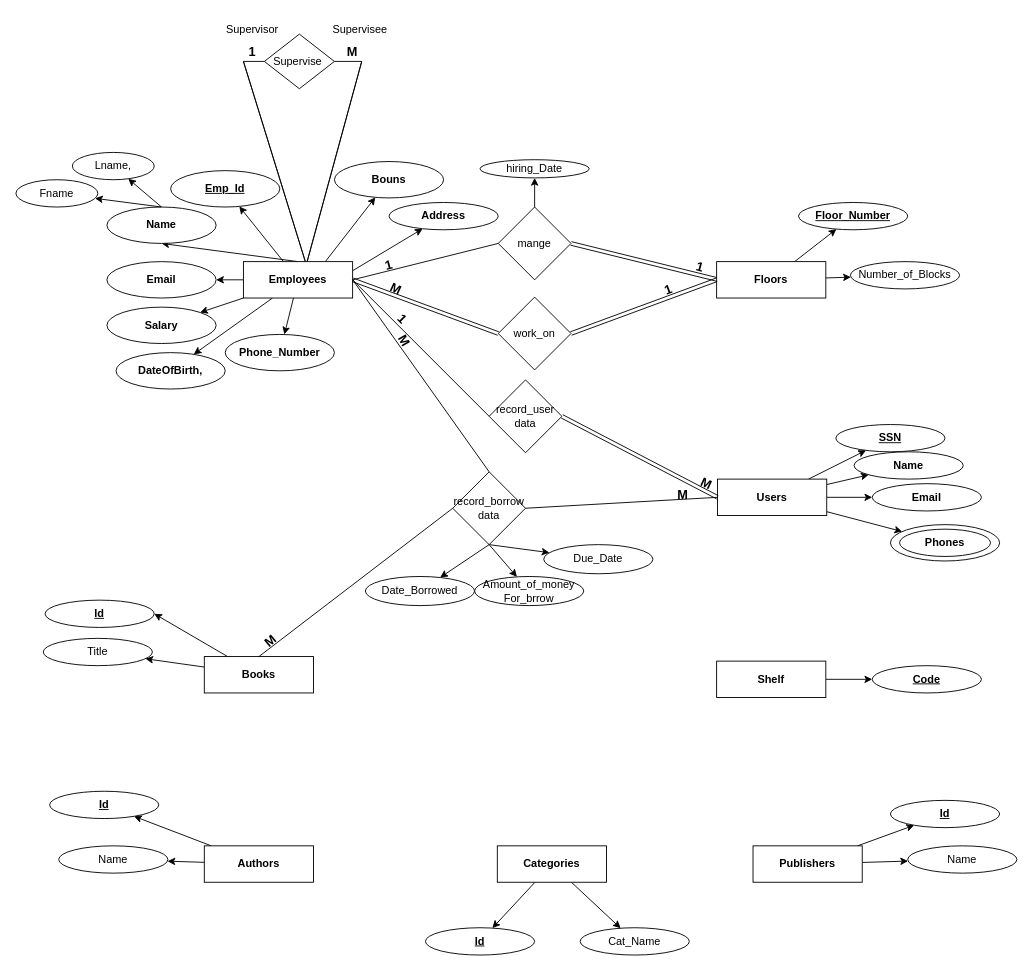
Al-Bashir/drow.io keeps this draw.io diagram as Route Exam 01.drawio. Above is the earlier version. Source tidied: cells renumbered, new cells numbered last; positions are measured from the earlier drawing's top-left corner, leaving out a move shared by most shapes. Both pictures are drawn from the tidied source at 91%, with x=0, y=0 at pixel (15, 15).
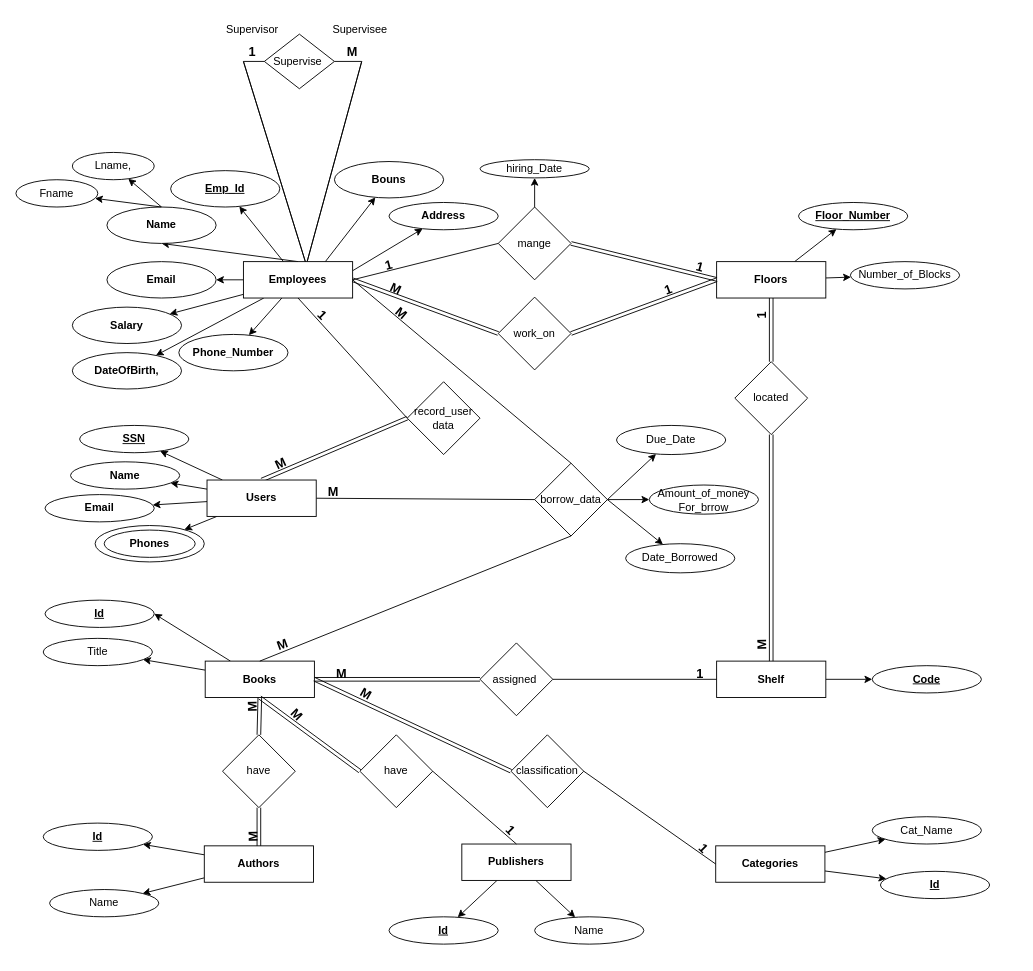
The same diagram, later.

Unchanged cells that the change refers to:
```xml
<mxCell id="11" value="&lt;b&gt;Employees&lt;/b&gt;" style="rounded=0;whiteSpace=wrap;html=1;" parent="1" vertex="1">
  <mxGeometry x="250" y="270" width="120" height="40" as="geometry" />
</mxCell>
<mxCell id="26" value="&lt;b&gt;Floors&lt;/b&gt;" style="rounded=0;whiteSpace=wrap;html=1;" parent="1" vertex="1">
  <mxGeometry x="770" y="270" width="120" height="40" as="geometry" />
</mxCell>
<mxCell id="47" value="&lt;b&gt;Authors&lt;/b&gt;" style="rounded=0;whiteSpace=wrap;html=1;" parent="1" vertex="1">
  <mxGeometry x="207" y="912" width="120" height="40" as="geometry" />
</mxCell>
<mxCell id="61" value="&lt;b&gt;Shelf&lt;/b&gt;" style="rounded=0;whiteSpace=wrap;html=1;" parent="1" vertex="1">
  <mxGeometry x="770" y="709" width="120" height="40" as="geometry" />
</mxCell>
```

What changed in the source:
```diff
@@
     <mxCell id="19" value="Salary" style="ellipse;whiteSpace=wrap;html=1;fontStyle=1;" parent="1" vertex="1">
-      <mxGeometry x="100" y="320" width="120" height="40" as="geometry" />
+      <mxGeometry x="62" y="320" width="120" height="40" as="geometry" />
     </mxCell>
     <mxCell id="20" value="DateOfBirth," style="ellipse;whiteSpace=wrap;html=1;fontStyle=1;" parent="1" vertex="1">
-      <mxGeometry x="110" y="370" width="120" height="40" as="geometry" />
+      <mxGeometry x="62" y="370" width="120" height="40" as="geometry" />
     </mxCell>
@@
     <mxCell id="23" value="&lt;b&gt;Phone_Number&lt;/b&gt;" style="ellipse;whiteSpace=wrap;html=1;" parent="1" vertex="1">
-      <mxGeometry x="230" y="350" width="120" height="40" as="geometry" />
+      <mxGeometry x="179" y="350" width="120" height="40" as="geometry" />
     </mxCell>
@@
-    <mxCell id="29" style="rounded=0;jettySize=auto;html=1;" parent="1" edge="1" source="33" target="34">
-      <mxGeometry relative="1" as="geometry" />
-    </mxCell>
-    <mxCell id="30" style="rounded=0;jettySize=auto;html=1;" parent="1" edge="1" source="33" target="35">
-      <mxGeometry relative="1" as="geometry" />
-    </mxCell>
-    <mxCell id="31" style="rounded=0;jettySize=auto;html=1;" parent="1" edge="1" source="33" target="36">
-      <mxGeometry relative="1" as="geometry" />
-    </mxCell>
-    <mxCell id="32" style="rounded=0;jettySize=auto;html=1;" parent="1" edge="1" source="33" target="38">
-      <mxGeometry relative="1" as="geometry" />
-    </mxCell>
-    <mxCell id="33" value="&lt;b&gt;Users&lt;/b&gt;" style="rounded=0;whiteSpace=wrap;html=1;" parent="1" vertex="1">
-      <mxGeometry x="771" y="509" width="120" height="40" as="geometry" />
-    </mxCell>
-    <mxCell id="34" value="&lt;b&gt;&lt;u&gt;SSN&lt;/u&gt;&lt;/b&gt;" style="ellipse;whiteSpace=wrap;html=1;" parent="1" vertex="1">
-      <mxGeometry x="901" y="449" width="120" height="30" as="geometry" />
-    </mxCell>
-    <mxCell id="35" value="&lt;b&gt;Name&lt;/b&gt;" style="ellipse;whiteSpace=wrap;html=1;" parent="1" vertex="1">
-      <mxGeometry x="921" y="479" width="120" height="30" as="geometry" />
-    </mxCell>
-    <mxCell id="36" value="&lt;b&gt;Email&lt;/b&gt;" style="ellipse;whiteSpace=wrap;html=1;" parent="1" vertex="1">
-      <mxGeometry x="941" y="514" width="120" height="30" as="geometry" />
-    </mxCell>
-    <mxCell id="37" style="group;fontStyle=1;" parent="1" vertex="1">
-      <mxGeometry x="961" y="559" width="120" height="40" as="geometry" />
-    </mxCell>
-    <mxCell id="38" style="ellipse;whiteSpace=wrap;html=1;" parent="37" vertex="1">
-      <mxGeometry width="120" height="40" as="geometry" />
-    </mxCell>
-    <mxCell id="39" value="&lt;b&gt;Phones&lt;/b&gt;" style="ellipse;whiteSpace=wrap;html=1;" parent="37" vertex="1">
-      <mxGeometry x="10" y="5" width="100" height="30" as="geometry" />
-    </mxCell>
@@
     <mxCell id="42" value="&lt;b&gt;Books&lt;/b&gt;" style="rounded=0;whiteSpace=wrap;html=1;" parent="1" vertex="1">
-      <mxGeometry x="207" y="704" width="120" height="40" as="geometry" />
+      <mxGeometry x="208" y="709" width="120" height="40" as="geometry" />
     </mxCell>
@@
     <mxCell id="48" value="&lt;b&gt;&lt;u&gt;Id&lt;/u&gt;&lt;/b&gt;" style="ellipse;whiteSpace=wrap;html=1;" parent="1" vertex="1">
-      <mxGeometry x="37" y="852" width="120" height="30" as="geometry" />
+      <mxGeometry x="30" y="887" width="120" height="30" as="geometry" />
     </mxCell>
     <mxCell id="49" value="Name" style="ellipse;whiteSpace=wrap;html=1;" parent="1" vertex="1">
-      <mxGeometry x="47" y="912" width="120" height="30" as="geometry" />
+      <mxGeometry x="37" y="960" width="120" height="30" as="geometry" />
     </mxCell>
@@
     <mxCell id="52" value="&lt;b&gt;Publishers&lt;/b&gt;" style="rounded=0;whiteSpace=wrap;html=1;" parent="1" vertex="1">
-      <mxGeometry x="810" y="912" width="120" height="40" as="geometry" />
+      <mxGeometry x="490" y="910" width="120" height="40" as="geometry" />
     </mxCell>
     <mxCell id="53" value="&lt;b&gt;&lt;u&gt;Id&lt;/u&gt;&lt;/b&gt;" style="ellipse;whiteSpace=wrap;html=1;" parent="1" vertex="1">
-      <mxGeometry x="961" y="862" width="120" height="30" as="geometry" />
+      <mxGeometry x="410" y="990" width="120" height="30" as="geometry" />
     </mxCell>
     <mxCell id="54" value="Name" style="ellipse;whiteSpace=wrap;html=1;" parent="1" vertex="1">
-      <mxGeometry x="980" y="912" width="120" height="30" as="geometry" />
+      <mxGeometry x="570" y="990" width="120" height="30" as="geometry" />
     </mxCell>
@@
     <mxCell id="57" value="&lt;b&gt;Categories&lt;/b&gt;" style="rounded=0;whiteSpace=wrap;html=1;" parent="1" vertex="1">
-      <mxGeometry x="529" y="912" width="120" height="40" as="geometry" />
+      <mxGeometry x="769" y="912" width="120" height="40" as="geometry" />
     </mxCell>
     <mxCell id="58" value="&lt;b&gt;&lt;u&gt;Id&lt;/u&gt;&lt;/b&gt;" style="ellipse;whiteSpace=wrap;html=1;" parent="1" vertex="1">
-      <mxGeometry x="450" y="1002" width="120" height="30" as="geometry" />
+      <mxGeometry x="950" y="940" width="120" height="30" as="geometry" />
     </mxCell>
     <mxCell id="59" value="Cat_Name" style="ellipse;whiteSpace=wrap;html=1;" parent="1" vertex="1">
-      <mxGeometry x="620" y="1002" width="120" height="30" as="geometry" />
+      <mxGeometry x="941" y="880" width="120" height="30" as="geometry" />
     </mxCell>
@@
     <mxCell id="83" value="record_user&lt;br&gt;data" style="rhombus;whiteSpace=wrap;html=1;" parent="1" vertex="1">
-      <mxGeometry x="520" y="400" width="80" height="80" as="geometry" />
+      <mxGeometry x="430" y="402" width="80" height="80" as="geometry" />
     </mxCell>
-    <mxCell id="84" style="endArrow=none;html=1;rounded=0;entryX=1;entryY=0.5;entryDx=0;entryDy=0;exitX=0;exitY=0.5;exitDx=0;exitDy=0;shape=link;" parent="1" edge="1" source="33" target="83">
+    <mxCell id="84" style="endArrow=none;html=1;rounded=0;entryX=0;entryY=0.5;entryDx=0;entryDy=0;shape=link;exitX=0.5;exitY=0;exitDx=0;exitDy=0;" parent="1" edge="1" source="33" target="83">
       <mxGeometry relative="1" as="geometry" />
     </mxCell>
-    <mxCell id="85" style="endArrow=none;html=1;rounded=0;entryX=0;entryY=0.5;entryDx=0;entryDy=0;exitX=1;exitY=0.5;exitDx=0;exitDy=0;" parent="1" edge="1" source="11" target="83">
+    <mxCell id="85" style="endArrow=none;html=1;rounded=0;entryX=0;entryY=0.5;entryDx=0;entryDy=0;exitX=0.5;exitY=1;exitDx=0;exitDy=0;" parent="1" edge="1" source="11" target="83">
       <mxGeometry relative="1" as="geometry" />
     </mxCell>
     <mxCell id="86" value="&lt;b&gt;&lt;font style=&quot;font-size: 14px;&quot;&gt;1&lt;/font&gt;&lt;/b&gt;" style="text;html=1;align=center;verticalAlign=middle;whiteSpace=wrap;rounded=0;rotation=45;" parent="1" vertex="1">
-      <mxGeometry x="415" y="323" width="20" height="20" as="geometry" />
+      <mxGeometry x="327" y="319" width="20" height="20" as="geometry" />
     </mxCell>
-    <mxCell id="87" value="&lt;b&gt;&lt;font style=&quot;font-size: 14px;&quot;&gt;M&lt;/font&gt;&lt;/b&gt;" style="text;html=1;align=center;verticalAlign=middle;whiteSpace=wrap;rounded=0;rotation=25;" parent="1" vertex="1">
-      <mxGeometry x="749" y="504" width="20" height="20" as="geometry" />
-    </mxCell>
-    <mxCell id="88" style="rounded=0;jettySize=auto;html=1;exitX=0.5;exitY=1;exitDx=0;exitDy=0;" parent="1" edge="1" source="89" target="93">
+    <mxCell id="88" style="rounded=0;jettySize=auto;html=1;exitX=1;exitY=0.5;exitDx=0;exitDy=0;" parent="1" edge="1" source="89" target="93">
       <mxGeometry relative="1" as="geometry" />
     </mxCell>
-    <mxCell id="89" value="record_borrow&lt;br&gt;data" style="rhombus;whiteSpace=wrap;html=1;" parent="1" vertex="1">
-      <mxGeometry x="480" y="501" width="80" height="80" as="geometry" />
+    <mxCell id="89" value="borrow_data" style="rhombus;whiteSpace=wrap;html=1;" parent="1" vertex="1">
+      <mxGeometry x="570" y="491.5" width="80" height="80" as="geometry" />
     </mxCell>
@@
-    <mxCell id="91" style="endArrow=none;html=1;rounded=0;entryX=0;entryY=0.5;entryDx=0;entryDy=0;exitX=1;exitY=0.5;exitDx=0;exitDy=0;" parent="1" edge="1" source="89" target="33">
+    <mxCell id="91" style="endArrow=none;html=1;rounded=0;exitX=0;exitY=0.5;exitDx=0;exitDy=0;entryX=1;entryY=0.5;entryDx=0;entryDy=0;" parent="1" edge="1" source="89" target="33">
       <mxGeometry relative="1" as="geometry" />
     </mxCell>
-    <mxCell id="92" style="endArrow=none;html=1;rounded=0;entryX=0;entryY=0.5;entryDx=0;entryDy=0;exitX=0.5;exitY=0;exitDx=0;exitDy=0;" parent="1" edge="1" source="42" target="89">
+    <mxCell id="92" style="endArrow=none;html=1;rounded=0;entryX=0.5;entryY=1;entryDx=0;entryDy=0;exitX=0.5;exitY=0;exitDx=0;exitDy=0;" parent="1" edge="1" source="42" target="89">
       <mxGeometry relative="1" as="geometry" />
     </mxCell>
     <mxCell id="93" value="Date_Borrowed" style="ellipse;whiteSpace=wrap;html=1;" parent="1" vertex="1">
-      <mxGeometry x="384" y="616" width="120" height="32" as="geometry" />
+      <mxGeometry x="670" y="580" width="120" height="32" as="geometry" />
     </mxCell>
     <mxCell id="94" value="Due_Date" style="ellipse;whiteSpace=wrap;html=1;" parent="1" vertex="1">
-      <mxGeometry x="580" y="581" width="120" height="32" as="geometry" />
+      <mxGeometry x="660" y="450" width="120" height="32" as="geometry" />
     </mxCell>
-    <mxCell id="95" style="rounded=0;jettySize=auto;html=1;exitX=0.5;exitY=1;exitDx=0;exitDy=0;" parent="1" edge="1" source="89" target="94">
+    <mxCell id="95" style="rounded=0;jettySize=auto;html=1;exitX=1;exitY=0.5;exitDx=0;exitDy=0;" parent="1" edge="1" source="89" target="94">
       <mxGeometry relative="1" as="geometry" />
     </mxCell>
     <mxCell id="96" value="Amount_of_money&lt;br&gt;For_brrow" style="ellipse;whiteSpace=wrap;html=1;" parent="1" vertex="1">
-      <mxGeometry x="504" y="616" width="120" height="32" as="geometry" />
+      <mxGeometry x="696" y="515.5" width="120" height="32" as="geometry" />
     </mxCell>
-    <mxCell id="97" style="rounded=0;jettySize=auto;html=1;exitX=0.5;exitY=1;exitDx=0;exitDy=0;" parent="1" edge="1" source="89" target="96">
+    <mxCell id="97" style="rounded=0;jettySize=auto;html=1;exitX=1;exitY=0.5;exitDx=0;exitDy=0;" parent="1" edge="1" source="89" target="96">
       <mxGeometry relative="1" as="geometry" />
     </mxCell>
-    <mxCell id="98" value="&lt;b&gt;&lt;font style=&quot;font-size: 14px;&quot;&gt;M&lt;/font&gt;&lt;/b&gt;" style="text;html=1;align=center;verticalAlign=middle;whiteSpace=wrap;rounded=0;rotation=60;" parent="1" vertex="1">
-      <mxGeometry x="417" y="347" width="20" height="20" as="geometry" />
+    <mxCell id="98" value="&lt;b&gt;&lt;font style=&quot;font-size: 14px;&quot;&gt;M&lt;/font&gt;&lt;/b&gt;" style="text;html=1;align=center;verticalAlign=middle;whiteSpace=wrap;rounded=0;rotation=40;" parent="1" vertex="1">
+      <mxGeometry x="414" y="317" width="20" height="20" as="geometry" />
     </mxCell>
-    <mxCell id="99" value="&lt;b&gt;&lt;font style=&quot;font-size: 14px;&quot;&gt;M&lt;/font&gt;&lt;/b&gt;" style="text;html=1;align=center;verticalAlign=middle;whiteSpace=wrap;rounded=0;rotation=-40;" parent="1" vertex="1">
-      <mxGeometry x="270" y="677" width="20" height="20" as="geometry" />
+    <mxCell id="99" value="&lt;b&gt;&lt;font style=&quot;font-size: 14px;&quot;&gt;M&lt;/font&gt;&lt;/b&gt;" style="text;html=1;align=center;verticalAlign=middle;whiteSpace=wrap;rounded=0;rotation=-20;" parent="1" vertex="1">
+      <mxGeometry x="283" y="681" width="20" height="20" as="geometry" />
     </mxCell>
+    <mxCell id="101" value="have" style="rhombus;whiteSpace=wrap;html=1;" parent="1" vertex="1">
+      <mxGeometry x="227" y="790" width="80" height="80" as="geometry" />
+    </mxCell>
+    <mxCell id="102" style="endArrow=none;html=1;rounded=0;entryX=0.5;entryY=1;entryDx=0;entryDy=0;exitX=0.5;exitY=0;exitDx=0;exitDy=0;shape=link;" parent="1" edge="1" source="47" target="101">
+      <mxGeometry relative="1" as="geometry" />
+    </mxCell>
+    <mxCell id="103" style="endArrow=none;html=1;rounded=0;entryX=0.5;entryY=1;entryDx=0;entryDy=0;exitX=0.5;exitY=0;exitDx=0;exitDy=0;shape=link;" parent="1" edge="1" source="101" target="42">
+      <mxGeometry relative="1" as="geometry" />
+    </mxCell>
+    <mxCell id="104" value="&lt;b&gt;&lt;font style=&quot;font-size: 14px;&quot;&gt;M&lt;/font&gt;&lt;/b&gt;" style="text;html=1;align=center;verticalAlign=middle;whiteSpace=wrap;rounded=0;rotation=-91;" parent="1" vertex="1">
+      <mxGeometry x="250" y="749" width="20" height="20" as="geometry" />
+    </mxCell>
+    <mxCell id="105" value="&lt;b&gt;&lt;font style=&quot;font-size: 14px;&quot;&gt;M&lt;/font&gt;&lt;/b&gt;" style="text;html=1;align=center;verticalAlign=middle;whiteSpace=wrap;rounded=0;rotation=-91;" parent="1" vertex="1">
+      <mxGeometry x="251" y="892" width="20" height="20" as="geometry" />
+    </mxCell>
+    <mxCell id="106" value="have" style="rhombus;whiteSpace=wrap;html=1;" parent="1" vertex="1">
+      <mxGeometry x="378" y="790" width="80" height="80" as="geometry" />
+    </mxCell>
+    <mxCell id="107" style="endArrow=none;html=1;rounded=0;entryX=0.5;entryY=1;entryDx=0;entryDy=0;exitX=0;exitY=0.5;exitDx=0;exitDy=0;shape=link;" parent="1" edge="1" source="106" target="42">
+      <mxGeometry relative="1" as="geometry" />
+    </mxCell>
+    <mxCell id="108" style="endArrow=none;html=1;rounded=0;entryX=0.5;entryY=0;entryDx=0;entryDy=0;exitX=1;exitY=0.5;exitDx=0;exitDy=0;" parent="1" edge="1" source="106" target="52">
+      <mxGeometry relative="1" as="geometry" />
+    </mxCell>
+    <mxCell id="109" value="&lt;b&gt;&lt;font style=&quot;font-size: 14px;&quot;&gt;1&lt;/font&gt;&lt;/b&gt;" style="text;html=1;align=center;verticalAlign=middle;whiteSpace=wrap;rounded=0;rotation=45;" parent="1" vertex="1">
+      <mxGeometry x="534" y="885" width="20" height="20" as="geometry" />
+    </mxCell>
+    <mxCell id="110" value="&lt;b&gt;&lt;font style=&quot;font-size: 14px;&quot;&gt;M&lt;/font&gt;&lt;/b&gt;" style="text;html=1;align=center;verticalAlign=middle;whiteSpace=wrap;rounded=0;rotation=45;" parent="1" vertex="1">
+      <mxGeometry x="299" y="758" width="20" height="20" as="geometry" />
+    </mxCell>
+    <mxCell id="111" value="classification" style="rhombus;whiteSpace=wrap;html=1;" parent="1" vertex="1">
+      <mxGeometry x="544" y="790" width="80" height="80" as="geometry" />
+    </mxCell>
+    <mxCell id="112" style="endArrow=none;html=1;rounded=0;entryX=0;entryY=0.5;entryDx=0;entryDy=0;exitX=1;exitY=0.5;exitDx=0;exitDy=0;shape=link;" parent="1" edge="1" source="42" target="111">
+      <mxGeometry relative="1" as="geometry" />
+    </mxCell>
+    <mxCell id="113" style="endArrow=none;html=1;rounded=0;exitX=1;exitY=0.5;exitDx=0;exitDy=0;entryX=0;entryY=0.5;entryDx=0;entryDy=0;" parent="1" edge="1" source="111" target="57">
+      <mxGeometry relative="1" as="geometry" />
+    </mxCell>
+    <mxCell id="114" value="&lt;b&gt;&lt;font style=&quot;font-size: 14px;&quot;&gt;M&lt;/font&gt;&lt;/b&gt;" style="text;html=1;align=center;verticalAlign=middle;whiteSpace=wrap;rounded=0;rotation=30;" parent="1" vertex="1">
+      <mxGeometry x="375" y="735" width="20" height="20" as="geometry" />
+    </mxCell>
+    <mxCell id="115" value="&lt;b&gt;&lt;font style=&quot;font-size: 14px;&quot;&gt;1&lt;/font&gt;&lt;/b&gt;" style="text;html=1;align=center;verticalAlign=middle;whiteSpace=wrap;rounded=0;rotation=45;" parent="1" vertex="1">
+      <mxGeometry x="746" y="905" width="20" height="20" as="geometry" />
+    </mxCell>
+    <mxCell id="116" value="assigned&amp;nbsp;" style="rhombus;whiteSpace=wrap;html=1;" parent="1" vertex="1">
+      <mxGeometry x="510" y="689" width="80" height="80" as="geometry" />
+    </mxCell>
+    <mxCell id="117" style="endArrow=none;html=1;rounded=0;entryX=0;entryY=0.5;entryDx=0;entryDy=0;exitX=1;exitY=0.5;exitDx=0;exitDy=0;shape=link;" parent="1" edge="1" source="42" target="116">
+      <mxGeometry relative="1" as="geometry" />
+    </mxCell>
+    <mxCell id="118" style="endArrow=none;html=1;rounded=0;entryX=0;entryY=0.5;entryDx=0;entryDy=0;exitX=1;exitY=0.5;exitDx=0;exitDy=0;" parent="1" edge="1" source="116" target="61">
+      <mxGeometry relative="1" as="geometry" />
+    </mxCell>
+    <mxCell id="119" value="&lt;b&gt;&lt;font style=&quot;font-size: 14px;&quot;&gt;M&lt;/font&gt;&lt;/b&gt;" style="text;html=1;align=center;verticalAlign=middle;whiteSpace=wrap;rounded=0;rotation=0;" parent="1" vertex="1">
+      <mxGeometry x="348" y="713" width="20" height="20" as="geometry" />
+    </mxCell>
+    <mxCell id="120" value="&lt;b&gt;&lt;font style=&quot;font-size: 14px;&quot;&gt;1&lt;/font&gt;&lt;/b&gt;" style="text;html=1;align=center;verticalAlign=middle;whiteSpace=wrap;rounded=0;" parent="1" vertex="1">
+      <mxGeometry x="742" y="713" width="20" height="20" as="geometry" />
+    </mxCell>
+    <mxCell id="87" value="&lt;b&gt;&lt;font style=&quot;font-size: 14px;&quot;&gt;M&lt;/font&gt;&lt;/b&gt;" style="text;html=1;align=center;verticalAlign=middle;whiteSpace=wrap;rounded=0;rotation=-25;" parent="1" vertex="1">
+      <mxGeometry x="281" y="482" width="20" height="20" as="geometry" />
+    </mxCell>
     <mxCell id="100" value="&lt;b&gt;&lt;font style=&quot;font-size: 14px;&quot;&gt;M&lt;/font&gt;&lt;/b&gt;" style="text;html=1;align=center;verticalAlign=middle;whiteSpace=wrap;rounded=0;rotation=0;" parent="1" vertex="1">
-      <mxGeometry x="723" y="516" width="20" height="20" as="geometry" />
+      <mxGeometry x="339" y="513" width="20" height="20" as="geometry" />
     </mxCell>
+    <mxCell id="29" style="rounded=0;jettySize=auto;html=1;" parent="1" edge="1" source="33" target="34">
+      <mxGeometry relative="1" as="geometry" />
+    </mxCell>
+    <mxCell id="30" style="rounded=0;jettySize=auto;html=1;" parent="1" edge="1" source="33" target="35">
+      <mxGeometry relative="1" as="geometry" />
+    </mxCell>
+    <mxCell id="31" style="rounded=0;jettySize=auto;html=1;" parent="1" edge="1" source="33" target="36">
+      <mxGeometry relative="1" as="geometry" />
+    </mxCell>
+    <mxCell id="32" style="rounded=0;jettySize=auto;html=1;" parent="1" edge="1" source="33" target="38">
+      <mxGeometry relative="1" as="geometry" />
+    </mxCell>
+    <mxCell id="33" value="&lt;b&gt;Users&lt;/b&gt;" style="rounded=0;whiteSpace=wrap;html=1;" parent="1" vertex="1">
+      <mxGeometry x="210" y="510" width="120" height="40" as="geometry" />
+    </mxCell>
+    <mxCell id="34" value="&lt;b&gt;&lt;u&gt;SSN&lt;/u&gt;&lt;/b&gt;" style="ellipse;whiteSpace=wrap;html=1;" parent="1" vertex="1">
+      <mxGeometry x="70" y="450" width="120" height="30" as="geometry" />
+    </mxCell>
+    <mxCell id="35" value="&lt;b&gt;Name&lt;/b&gt;" style="ellipse;whiteSpace=wrap;html=1;" parent="1" vertex="1">
+      <mxGeometry x="60" y="490" width="120" height="30" as="geometry" />
+    </mxCell>
+    <mxCell id="36" value="&lt;b&gt;Email&lt;/b&gt;" style="ellipse;whiteSpace=wrap;html=1;" parent="1" vertex="1">
+      <mxGeometry x="32" y="526" width="120" height="30" as="geometry" />
+    </mxCell>
+    <mxCell id="37" style="group;fontStyle=1;" parent="1" vertex="1">
+      <mxGeometry x="87" y="560" width="120" height="40" as="geometry" />
+    </mxCell>
+    <mxCell id="38" style="ellipse;whiteSpace=wrap;html=1;" parent="37" vertex="1">
+      <mxGeometry width="120" height="40" as="geometry" />
+    </mxCell>
+    <mxCell id="39" value="&lt;b&gt;Phones&lt;/b&gt;" style="ellipse;whiteSpace=wrap;html=1;" parent="37" vertex="1">
+      <mxGeometry x="10" y="5" width="100" height="30" as="geometry" />
+    </mxCell>
+    <mxCell id="121" value="located" style="rhombus;whiteSpace=wrap;html=1;" parent="1" vertex="1">
+      <mxGeometry x="790" y="380" width="80" height="80" as="geometry" />
+    </mxCell>
+    <mxCell id="122" style="endArrow=none;html=1;rounded=0;entryX=0.5;entryY=1;entryDx=0;entryDy=0;exitX=0.5;exitY=0;exitDx=0;exitDy=0;shape=link;" parent="1" edge="1" source="61" target="121">
+      <mxGeometry relative="1" as="geometry" />
+    </mxCell>
+    <mxCell id="123" style="endArrow=none;html=1;rounded=0;entryX=0.5;entryY=1;entryDx=0;entryDy=0;exitX=0.5;exitY=0;exitDx=0;exitDy=0;shape=link;" parent="1" edge="1" source="121" target="26">
+      <mxGeometry relative="1" as="geometry" />
+    </mxCell>
+    <mxCell id="124" value="&lt;b&gt;&lt;font style=&quot;font-size: 14px;&quot;&gt;M&lt;/font&gt;&lt;/b&gt;" style="text;html=1;align=center;verticalAlign=middle;whiteSpace=wrap;rounded=0;rotation=-91;" parent="1" vertex="1">
+      <mxGeometry x="810" y="681" width="20" height="20" as="geometry" />
+    </mxCell>
+    <mxCell id="125" value="&lt;b&gt;&lt;font style=&quot;font-size: 14px;&quot;&gt;1&lt;/font&gt;&lt;/b&gt;" style="text;html=1;align=center;verticalAlign=middle;whiteSpace=wrap;rounded=0;rotation=-90;" parent="1" vertex="1">
+      <mxGeometry x="810" y="319" width="20" height="20" as="geometry" />
+    </mxCell>
```
